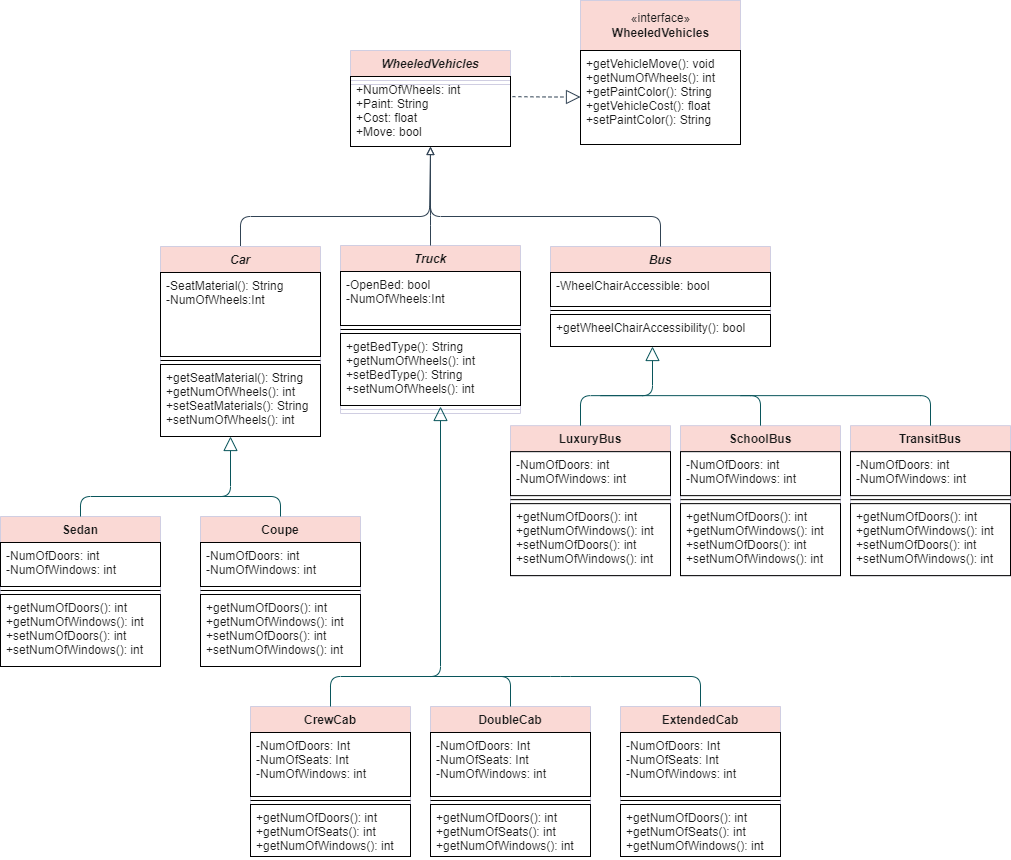
This is oop/WheeledVehiclesClass UMLDiagram.png from c0l3yni/tekcamp, a draw.io export, as it was before one commit. Source tidied: cells renumbered, new cells last; positions are measured from the earlier drawing's top-left corner, leaving out a move shared by most shapes.
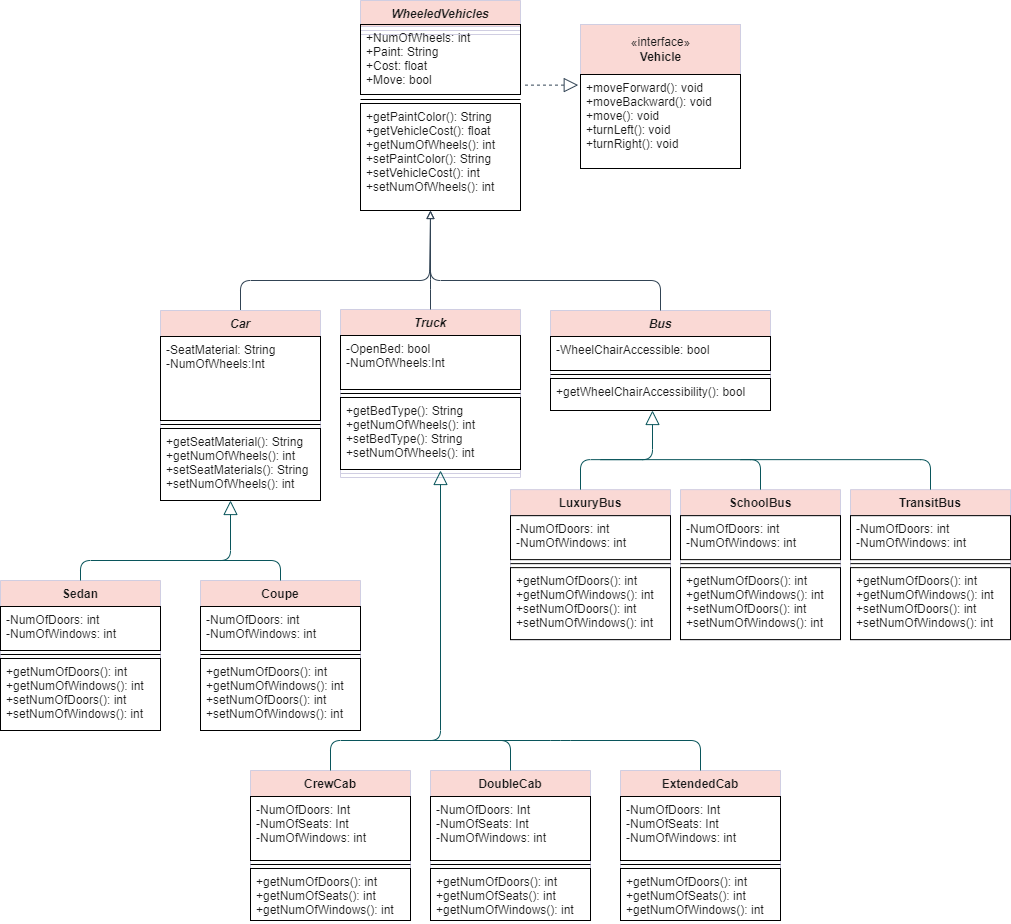
Later version of the same file.

Commit message:
Added interface to the vehicle

What changed in the source:
```diff
@@ -26,7 +26,7 @@
     <mxCell id="7" value="Car" style="swimlane;fontStyle=3;align=center;verticalAlign=top;horizontal=1;startSize=26;fillColor=#FAD9D5;strokeColor=#D0CEE2;fontColor=#1A1A1A;rounded=0;" parent="1" vertex="1">
       <mxGeometry x="160" y="246" width="160" height="190" as="geometry" />
     </mxCell>
-    <mxCell id="8" value="-SeatMaterial(): String&#10;-NumOfWheels:Int" style="text;strokeColor=default;fillColor=none;align=left;verticalAlign=top;spacingLeft=4;spacingRight=4;overflow=hidden;fontColor=#1A1A1A;rounded=0;" parent="7" vertex="1">
+    <mxCell id="8" value="-SeatMaterial: String&#10;-NumOfWheels:Int" style="text;strokeColor=default;fillColor=none;align=left;verticalAlign=top;spacingLeft=4;spacingRight=4;overflow=hidden;fontColor=#1A1A1A;rounded=0;" parent="7" vertex="1">
       <mxGeometry y="26" width="160" height="84" as="geometry" />
     </mxCell>
     <mxCell id="9" style="line;strokeWidth=1;fillColor=none;align=left;verticalAlign=middle;spacingTop=-1;spacingLeft=3;spacingRight=3;labelPosition=right;fontColor=#1A1A1A;" parent="7" vertex="1">
@@ -51,13 +51,13 @@
       <mxGeometry y="160" width="180" height="8" as="geometry" />
     </mxCell>
     <mxCell id="16" value="WheeledVehicles" style="swimlane;fontStyle=3;align=center;verticalAlign=top;horizontal=1;startSize=26;fillColor=#FAD9D5;strokeColor=#D0CEE2;fontColor=#1A1A1A;rounded=0;" parent="1" vertex="1">
-      <mxGeometry x="350" y="50" width="160" height="34" as="geometry" />
+      <mxGeometry x="360" y="-64" width="160" height="34" as="geometry" />
     </mxCell>
     <mxCell id="17" style="line;strokeWidth=1;fillColor=none;align=left;verticalAlign=middle;spacingTop=-1;spacingLeft=3;spacingRight=3;labelPosition=right;strokeColor=#D0CEE2;fontColor=#1A1A1A;rounded=0;" parent="16" vertex="1">
       <mxGeometry y="26" width="160" height="8" as="geometry" />
     </mxCell>
-    <mxCell id="18" value="«interface»&lt;br&gt;&lt;b&gt;WheeledVehicles&lt;/b&gt;" style="html=1;fontColor=#1A1A1A;strokeColor=#D0CEE2;fillColor=#FAD9D5;" parent="1" vertex="1">
-      <mxGeometry x="580" width="160" height="50" as="geometry" />
+    <mxCell id="18" value="«interface»&lt;br&gt;&lt;b&gt;Vehicle&lt;/b&gt;" style="html=1;fontColor=#1A1A1A;strokeColor=#D0CEE2;fillColor=#FAD9D5;" parent="1" vertex="1">
+      <mxGeometry x="580" y="-40" width="160" height="50" as="geometry" />
     </mxCell>
     <mxCell id="19" style="edgeStyle=orthogonalEdgeStyle;jettySize=auto;html=1;fontColor=#1A1A1A;strokeColor=#314354;endArrow=block;endFill=0;fillColor=#647687;exitX=0.5;exitY=0;exitDx=0;exitDy=0;" parent="1" edge="1" source="2">
       <mxGeometry relative="1" as="geometry">
@@ -233,28 +233,35 @@
         </Array>
       </mxGeometry>
     </mxCell>
-    <mxCell id="60" style="endArrow=none;endFill=0;endSize=12;html=1;fontColor=#1A1A1A;strokeColor=#314354;exitX=0.5;exitY=0;exitDx=0;exitDy=0;startArrow=none;startFill=0;fillColor=#647687;" parent="1" edge="1">
+    <mxCell id="60" style="endArrow=none;endFill=0;endSize=12;html=1;fontColor=#1A1A1A;strokeColor=#314354;startArrow=none;startFill=0;fillColor=#647687;" parent="1" edge="1">
       <mxGeometry relative="1" as="geometry">
-        <mxPoint x="430" y="245" as="sourcePoint" />
+        <mxPoint x="430" y="156" as="sourcePoint" />
         <mxPoint x="430" y="185" as="targetPoint" />
-        <Array as="points">
-          <mxPoint x="430" y="215" />
-        </Array>
       </mxGeometry>
     </mxCell>
-    <mxCell id="61" value="+getVehicleMove(): void&#10;+getNumOfWheels(): int&#10;+getPaintColor(): String&#10;+getVehicleCost(): float&#10;+setPaintColor(): String" style="text;strokeColor=default;fillColor=none;align=left;verticalAlign=top;spacingLeft=4;spacingRight=4;overflow=hidden;points=[[0,0.5],[1,0.5]];portConstraint=eastwest;fontColor=#1A1A1A;rounded=0;" parent="1" vertex="1">
-      <mxGeometry x="580" y="50" width="160" height="94" as="geometry" />
+    <mxCell id="61" value="+moveForward(): void&#10;+moveBackward(): void&#10;+move(): void&#10;+turnLeft(): void&#10;+turnRight(): void&#10;&#10;" style="text;strokeColor=default;fillColor=none;align=left;verticalAlign=top;spacingLeft=4;spacingRight=4;overflow=hidden;points=[[0,0.5],[1,0.5]];portConstraint=eastwest;fontColor=#1A1A1A;rounded=0;" parent="1" vertex="1">
+      <mxGeometry x="580" y="10" width="160" height="94" as="geometry" />
     </mxCell>
-    <mxCell id="62" style="endArrow=block;endFill=0;endSize=12;html=1;fontColor=#1A1A1A;strokeColor=#314354;exitX=1.012;exitY=0.288;exitDx=0;exitDy=0;exitPerimeter=0;dashed=1;fillColor=#647687;" parent="1" edge="1" source="63">
-      <mxGeometry relative="1" as="geometry">
-        <mxPoint x="580" y="96.5" as="targetPoint" />
-        <Array as="points">
-          <mxPoint x="550" y="96.5" />
-        </Array>
-      </mxGeometry>
+    <mxCell id="62" style="endArrow=block;endFill=0;endSize=12;html=1;fontColor=#1A1A1A;strokeColor=#314354;exitX=1.028;exitY=0.866;exitDx=0;exitDy=0;exitPerimeter=0;dashed=1;fillColor=#647687;entryX=-0.014;entryY=0.113;entryDx=0;entryDy=0;entryPerimeter=0;" parent="1" edge="1" source="63" target="61">
+      <mxGeometry relative="1" as="geometry" />
     </mxCell>
     <mxCell id="63" value="+NumOfWheels: int&#10;+Paint: String&#10;+Cost: float&#10;+Move: bool" style="text;strokeColor=default;fillColor=none;align=left;verticalAlign=top;spacingLeft=4;spacingRight=4;overflow=hidden;points=[[0,0.5],[1,0.5]];portConstraint=eastwest;fontColor=#1A1A1A;rounded=0;" parent="1" vertex="1">
-      <mxGeometry x="350" y="76" width="160" height="70" as="geometry" />
+      <mxGeometry x="360" y="-40" width="160" height="70" as="geometry" />
     </mxCell>
+    <mxCell id="64" value="+getPaintColor(): String&#10;+getVehicleCost(): float&#10;+getNumOfWheels(): int&#10;+setPaintColor(): String&#10;+setVehicleCost(): int&#10;+setNumOfWheels(): int" style="text;strokeColor=default;fillColor=none;align=left;verticalAlign=top;spacingLeft=4;spacingRight=4;overflow=hidden;fontColor=#1A1A1A;rounded=0;" parent="1" vertex="1">
+      <mxGeometry x="360" y="39" width="160" height="107" as="geometry" />
+    </mxCell>
+    <mxCell id="65" style="endArrow=none;endFill=0;endSize=12;html=1;fontColor=#1A1A1A;strokeColor=#314354;exitX=0.5;exitY=0;exitDx=0;exitDy=0;startArrow=none;startFill=0;fillColor=#647687;" parent="1" edge="1">
+      <mxGeometry relative="1" as="geometry">
+        <mxPoint x="430" y="245" as="sourcePoint" />
+        <mxPoint x="430" y="176" as="targetPoint" />
+        <Array as="points">
+          <mxPoint x="430" y="215" />
+        </Array>
+      </mxGeometry>
+    </mxCell>
+    <mxCell id="66" style="line;strokeWidth=1;fillColor=none;align=left;verticalAlign=middle;spacingTop=-1;spacingLeft=3;spacingRight=3;labelPosition=right;fontColor=#1A1A1A;" parent="1" vertex="1">
+      <mxGeometry x="360" y="31" width="160" height="8" as="geometry" />
+    </mxCell>
   </root>
 </mxGraphModel>
```
